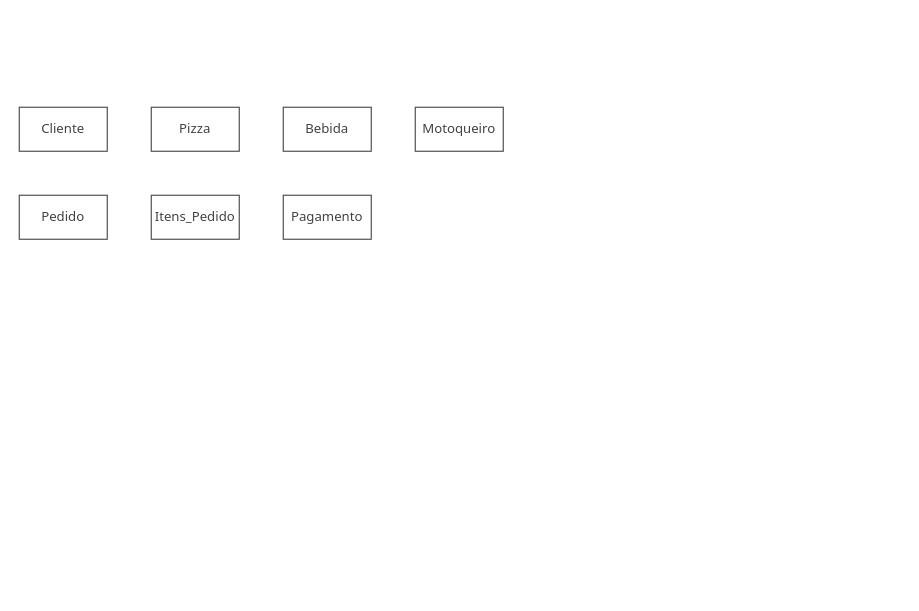
Earlier version of the draw.io diagram modelo-conceitual-delivery-pizzaria.drawio (ArielSpencer/modelagem-delivery-pizzaria). Source tidied: cells renumbered, new cells numbered last; positions are measured from the earlier drawing's top-left corner, leaving out a move shared by most shapes. Both pictures are drawn from the tidied source at 110%, with x=0, y=0 at pixel (19, 107).
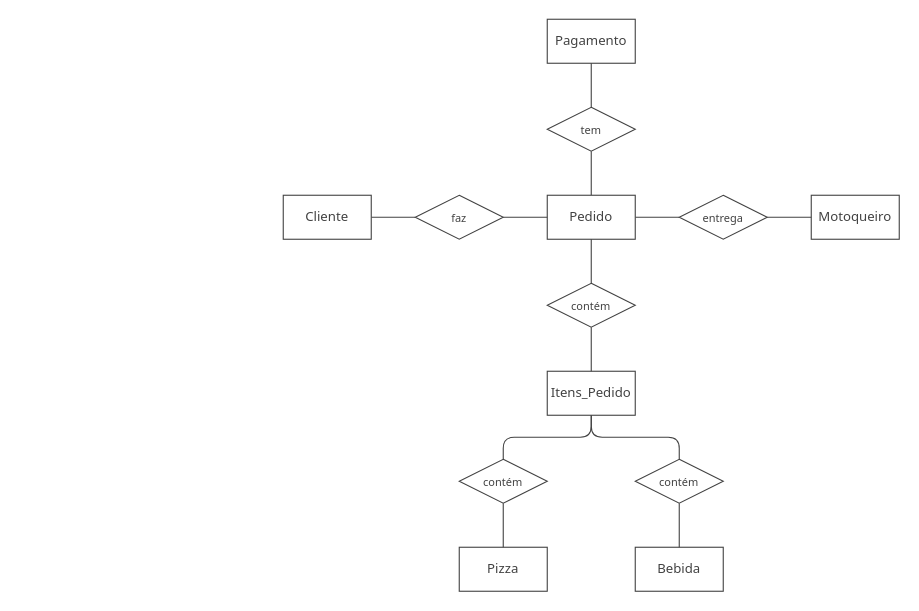
The same page after the edit.

Commit message:
feat: add relationships between data model entities

Change to the diagram source:
```diff
@@
+    <mxCell id="16" style="edgeStyle=none;html=1;exitX=1;exitY=0.5;exitDx=0;exitDy=0;entryX=0;entryY=0.5;entryDx=0;entryDy=0;fontFamily=Tahoma;fontSize=10;fontColor=#424242;strokeColor=#424242;endArrow=none;endFill=0;" parent="1" edge="1" source="2" target="22">
+      <mxGeometry relative="1" as="geometry" />
+    </mxCell>
     <mxCell id="2" style="rounded=0;whiteSpace=wrap;html=1;fillColor=#FFFFFF;strokeColor=#424242;" parent="1" vertex="1">
-      <mxGeometry width="80" height="40" as="geometry" />
+      <mxGeometry x="240" y="80" width="80" height="40" as="geometry" />
     </mxCell>
     <mxCell id="3" value="Cliente" style="text;html=1;strokeColor=none;fillColor=none;align=center;verticalAlign=middle;whiteSpace=wrap;rounded=0;fontFamily=Tahoma;fontColor=#424242;" parent="1" vertex="1">
-      <mxGeometry x="10" y="5" width="60" height="30" as="geometry" />
+      <mxGeometry x="250" y="85" width="60" height="30" as="geometry" />
     </mxCell>
     <mxCell id="4" style="rounded=0;whiteSpace=wrap;html=1;fillColor=#FFFFFF;strokeColor=#424242;" parent="1" vertex="1">
-      <mxGeometry x="120" width="80" height="40" as="geometry" />
+      <mxGeometry x="400" y="400" width="80" height="40" as="geometry" />
     </mxCell>
     <mxCell id="5" value="Pizza" style="text;html=1;strokeColor=none;fillColor=none;align=center;verticalAlign=middle;whiteSpace=wrap;rounded=0;fontFamily=Tahoma;fontColor=#424242;" parent="1" vertex="1">
-      <mxGeometry x="130" y="5" width="60" height="30" as="geometry" />
+      <mxGeometry x="410" y="405" width="60" height="30" as="geometry" />
     </mxCell>
+    <mxCell id="17" style="edgeStyle=none;html=1;entryX=0.5;entryY=1;entryDx=0;entryDy=0;strokeColor=#424242;fontFamily=Tahoma;fontSize=10;fontColor=#424242;endArrow=none;endFill=0;" parent="1" edge="1" source="6" target="38">
+      <mxGeometry relative="1" as="geometry" />
+    </mxCell>
+    <mxCell id="18" style="edgeStyle=none;html=1;entryX=0;entryY=0.5;entryDx=0;entryDy=0;strokeColor=#424242;fontFamily=Tahoma;fontSize=10;fontColor=#424242;endArrow=none;endFill=0;" parent="1" edge="1" source="6" target="35">
+      <mxGeometry relative="1" as="geometry" />
+    </mxCell>
     <mxCell id="6" style="rounded=0;whiteSpace=wrap;html=1;fillColor=#FFFFFF;strokeColor=#424242;" parent="1" vertex="1">
-      <mxGeometry y="80" width="80" height="40" as="geometry" />
+      <mxGeometry x="480" y="80" width="80" height="40" as="geometry" />
     </mxCell>
+    <mxCell id="19" style="edgeStyle=none;html=1;entryX=0.5;entryY=0;entryDx=0;entryDy=0;strokeColor=#424242;fontFamily=Tahoma;fontSize=10;fontColor=#424242;endArrow=none;endFill=0;" parent="1" edge="1" target="25">
+      <mxGeometry relative="1" as="geometry">
+        <mxPoint x="520" y="120" as="sourcePoint" />
+      </mxGeometry>
+    </mxCell>
     <mxCell id="7" value="Pedido" style="text;html=1;strokeColor=none;fillColor=none;align=center;verticalAlign=middle;whiteSpace=wrap;rounded=0;fontFamily=Tahoma;fontColor=#424242;" parent="1" vertex="1">
-      <mxGeometry x="10" y="85" width="60" height="30" as="geometry" />
+      <mxGeometry x="490" y="85" width="60" height="30" as="geometry" />
     </mxCell>
+    <mxCell id="20" style="edgeStyle=none;html=1;entryX=0.5;entryY=0;entryDx=0;entryDy=0;strokeColor=#424242;fontFamily=Tahoma;fontSize=10;fontColor=#424242;endArrow=none;endFill=0;" parent="1" edge="1" source="8" target="28">
+      <mxGeometry relative="1" as="geometry">
+        <Array as="points">
+          <mxPoint x="520" y="300" />
+          <mxPoint x="440" y="300" />
+        </Array>
+      </mxGeometry>
+    </mxCell>
     <mxCell id="8" style="rounded=0;whiteSpace=wrap;html=1;fillColor=#FFFFFF;strokeColor=#424242;" parent="1" vertex="1">
-      <mxGeometry x="120" y="80" width="80" height="40" as="geometry" />
+      <mxGeometry x="480" y="240" width="80" height="40" as="geometry" />
     </mxCell>
     <mxCell id="9" value="Itens_Pedido" style="text;html=1;strokeColor=none;fillColor=none;align=center;verticalAlign=middle;whiteSpace=wrap;rounded=0;fontFamily=Tahoma;fontColor=#424242;" parent="1" vertex="1">
-      <mxGeometry x="130" y="85" width="60" height="30" as="geometry" />
+      <mxGeometry x="490" y="245" width="60" height="30" as="geometry" />
     </mxCell>
     <mxCell id="10" style="rounded=0;whiteSpace=wrap;html=1;fillColor=#FFFFFF;strokeColor=#424242;" parent="1" vertex="1">
-      <mxGeometry x="240" width="80" height="40" as="geometry" />
+      <mxGeometry x="560" y="400" width="80" height="40" as="geometry" />
     </mxCell>
     <mxCell id="11" value="Bebida" style="text;html=1;strokeColor=none;fillColor=none;align=center;verticalAlign=middle;whiteSpace=wrap;rounded=0;fontFamily=Tahoma;fontColor=#424242;" parent="1" vertex="1">
-      <mxGeometry x="250" y="5" width="60" height="30" as="geometry" />
+      <mxGeometry x="570" y="405" width="60" height="30" as="geometry" />
     </mxCell>
     <mxCell id="12" style="rounded=0;whiteSpace=wrap;html=1;fillColor=#FFFFFF;strokeColor=#424242;" parent="1" vertex="1">
-      <mxGeometry x="360" width="80" height="40" as="geometry" />
+      <mxGeometry x="720" y="80" width="80" height="40" as="geometry" />
     </mxCell>
     <mxCell id="13" value="Motoqueiro" style="text;html=1;strokeColor=none;fillColor=none;align=center;verticalAlign=middle;whiteSpace=wrap;rounded=0;fontFamily=Tahoma;fontColor=#424242;" parent="1" vertex="1">
-      <mxGeometry x="370" y="5" width="60" height="30" as="geometry" />
+      <mxGeometry x="730" y="85" width="60" height="30" as="geometry" />
     </mxCell>
     <mxCell id="14" style="rounded=0;whiteSpace=wrap;html=1;fillColor=#FFFFFF;strokeColor=#424242;" parent="1" vertex="1">
-      <mxGeometry x="240" y="80" width="80" height="40" as="geometry" />
+      <mxGeometry x="480" y="-80" width="80" height="40" as="geometry" />
     </mxCell>
     <mxCell id="15" value="Pagamento" style="text;html=1;strokeColor=none;fillColor=none;align=center;verticalAlign=middle;whiteSpace=wrap;rounded=0;fontFamily=Tahoma;fontColor=#424242;" parent="1" vertex="1">
-      <mxGeometry x="250" y="85" width="60" height="30" as="geometry" />
+      <mxGeometry x="490" y="-75" width="60" height="30" as="geometry" />
     </mxCell>
+    <mxCell id="21" style="edgeStyle=none;html=1;exitX=1;exitY=0.5;exitDx=0;exitDy=0;entryX=0;entryY=0.5;entryDx=0;entryDy=0;strokeColor=#424242;fontFamily=Tahoma;fontSize=10;fontColor=#424242;endArrow=none;endFill=0;" parent="1" edge="1" source="22" target="6">
+      <mxGeometry relative="1" as="geometry" />
+    </mxCell>
+    <mxCell id="22" style="rhombus;whiteSpace=wrap;html=1;strokeColor=#424242;fontFamily=Tahoma;fontColor=#424242;fillColor=#FFFFFF;" parent="1" vertex="1">
+      <mxGeometry x="360" y="80" width="80" height="40" as="geometry" />
+    </mxCell>
+    <mxCell id="23" value="faz" style="text;html=1;strokeColor=none;fillColor=none;align=center;verticalAlign=middle;whiteSpace=wrap;rounded=0;fontFamily=Tahoma;fontColor=#424242;fontSize=10;" parent="1" vertex="1">
+      <mxGeometry x="370" y="85" width="60" height="30" as="geometry" />
+    </mxCell>
+    <mxCell id="24" style="edgeStyle=none;html=1;entryX=0.5;entryY=0;entryDx=0;entryDy=0;strokeColor=#424242;fontFamily=Tahoma;fontSize=10;fontColor=#424242;endArrow=none;endFill=0;" parent="1" edge="1" source="25" target="8">
+      <mxGeometry relative="1" as="geometry" />
+    </mxCell>
+    <mxCell id="25" style="rhombus;whiteSpace=wrap;html=1;strokeColor=#424242;fontFamily=Tahoma;fontColor=#424242;fillColor=#FFFFFF;" parent="1" vertex="1">
+      <mxGeometry x="480" y="160" width="80" height="40" as="geometry" />
+    </mxCell>
+    <mxCell id="26" value="contém" style="text;html=1;strokeColor=none;fillColor=none;align=center;verticalAlign=middle;whiteSpace=wrap;rounded=0;fontFamily=Tahoma;fontColor=#424242;fontSize=10;" parent="1" vertex="1">
+      <mxGeometry x="490" y="165" width="60" height="30" as="geometry" />
+    </mxCell>
+    <mxCell id="27" style="edgeStyle=none;html=1;entryX=0.5;entryY=0;entryDx=0;entryDy=0;strokeColor=#424242;fontFamily=Tahoma;fontSize=10;fontColor=#424242;endArrow=none;endFill=0;" parent="1" edge="1" source="28" target="4">
+      <mxGeometry relative="1" as="geometry" />
+    </mxCell>
+    <mxCell id="28" style="rhombus;whiteSpace=wrap;html=1;strokeColor=#424242;fontFamily=Tahoma;fontColor=#424242;fillColor=#FFFFFF;" parent="1" vertex="1">
+      <mxGeometry x="400" y="320" width="80" height="40" as="geometry" />
+    </mxCell>
+    <mxCell id="29" value="contém" style="text;html=1;strokeColor=none;fillColor=none;align=center;verticalAlign=middle;whiteSpace=wrap;rounded=0;fontFamily=Tahoma;fontColor=#424242;fontSize=10;" parent="1" vertex="1">
+      <mxGeometry x="410" y="325" width="60" height="30" as="geometry" />
+    </mxCell>
+    <mxCell id="30" style="edgeStyle=none;html=1;entryX=0.5;entryY=1;entryDx=0;entryDy=0;strokeColor=#424242;fontFamily=Tahoma;fontSize=10;fontColor=#424242;endArrow=none;endFill=0;" parent="1" edge="1" source="32" target="8">
+      <mxGeometry relative="1" as="geometry">
+        <Array as="points">
+          <mxPoint x="600" y="300" />
+          <mxPoint x="520" y="300" />
+        </Array>
+      </mxGeometry>
+    </mxCell>
+    <mxCell id="31" style="edgeStyle=none;html=1;exitX=0.5;exitY=1;exitDx=0;exitDy=0;entryX=0.5;entryY=0;entryDx=0;entryDy=0;strokeColor=#424242;fontFamily=Tahoma;fontSize=10;fontColor=#424242;endArrow=none;endFill=0;" parent="1" edge="1" source="32" target="10">
+      <mxGeometry relative="1" as="geometry" />
+    </mxCell>
+    <mxCell id="32" style="rhombus;whiteSpace=wrap;html=1;strokeColor=#424242;fontFamily=Tahoma;fontColor=#424242;fillColor=#FFFFFF;" parent="1" vertex="1">
+      <mxGeometry x="560" y="320" width="80" height="40" as="geometry" />
+    </mxCell>
+    <mxCell id="33" value="contém" style="text;html=1;strokeColor=none;fillColor=none;align=center;verticalAlign=middle;whiteSpace=wrap;rounded=0;fontFamily=Tahoma;fontColor=#424242;fontSize=10;" parent="1" vertex="1">
+      <mxGeometry x="570" y="325" width="60" height="30" as="geometry" />
+    </mxCell>
+    <mxCell id="34" style="edgeStyle=none;html=1;entryX=0;entryY=0.5;entryDx=0;entryDy=0;strokeColor=#424242;fontFamily=Tahoma;fontSize=10;fontColor=#424242;endArrow=none;endFill=0;" parent="1" edge="1" source="35" target="12">
+      <mxGeometry relative="1" as="geometry" />
+    </mxCell>
+    <mxCell id="35" style="rhombus;whiteSpace=wrap;html=1;strokeColor=#424242;fontFamily=Tahoma;fontColor=#424242;fillColor=#FFFFFF;" parent="1" vertex="1">
+      <mxGeometry x="600" y="80" width="80" height="40" as="geometry" />
+    </mxCell>
+    <mxCell id="36" value="entrega" style="text;html=1;strokeColor=none;fillColor=none;align=center;verticalAlign=middle;whiteSpace=wrap;rounded=0;fontFamily=Tahoma;fontColor=#424242;fontSize=10;" parent="1" vertex="1">
+      <mxGeometry x="610" y="85" width="60" height="30" as="geometry" />
+    </mxCell>
+    <mxCell id="37" style="edgeStyle=none;html=1;entryX=0.5;entryY=1;entryDx=0;entryDy=0;strokeColor=#424242;fontFamily=Tahoma;fontSize=10;fontColor=#424242;endArrow=none;endFill=0;" parent="1" edge="1" source="38" target="14">
+      <mxGeometry relative="1" as="geometry" />
+    </mxCell>
+    <mxCell id="38" style="rhombus;whiteSpace=wrap;html=1;strokeColor=#424242;fontFamily=Tahoma;fontColor=#424242;fillColor=#FFFFFF;" parent="1" vertex="1">
+      <mxGeometry x="480" width="80" height="40" as="geometry" />
+    </mxCell>
+    <mxCell id="39" value="tem" style="text;html=1;strokeColor=none;fillColor=none;align=center;verticalAlign=middle;whiteSpace=wrap;rounded=0;fontFamily=Tahoma;fontColor=#424242;fontSize=10;" parent="1" vertex="1">
+      <mxGeometry x="490" y="5" width="60" height="30" as="geometry" />
+    </mxCell>
```
